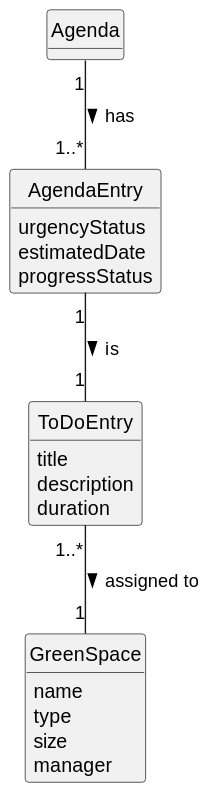
Above: docs/sprintC/us025/02.analysis/svg/us025-domain-model.svg in ricardomm7/leaflink (PlantUML), before the change.
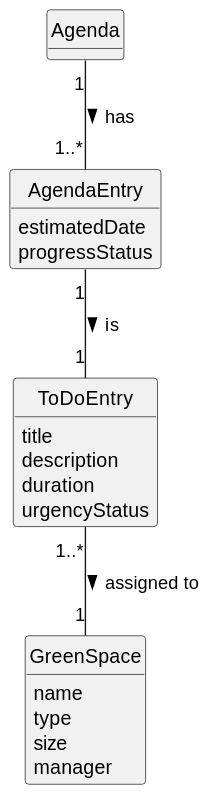
The same file after the commit.

Diff of the diagram source:
```diff
@@ -12,7 +12,6 @@
 
 
 class AgendaEntry {
-    urgencyStatus
     estimatedDate
     progressStatus
 
@@ -23,6 +22,7 @@
     title
     description
     duration
+    urgencyStatus
 
 }
 
```
